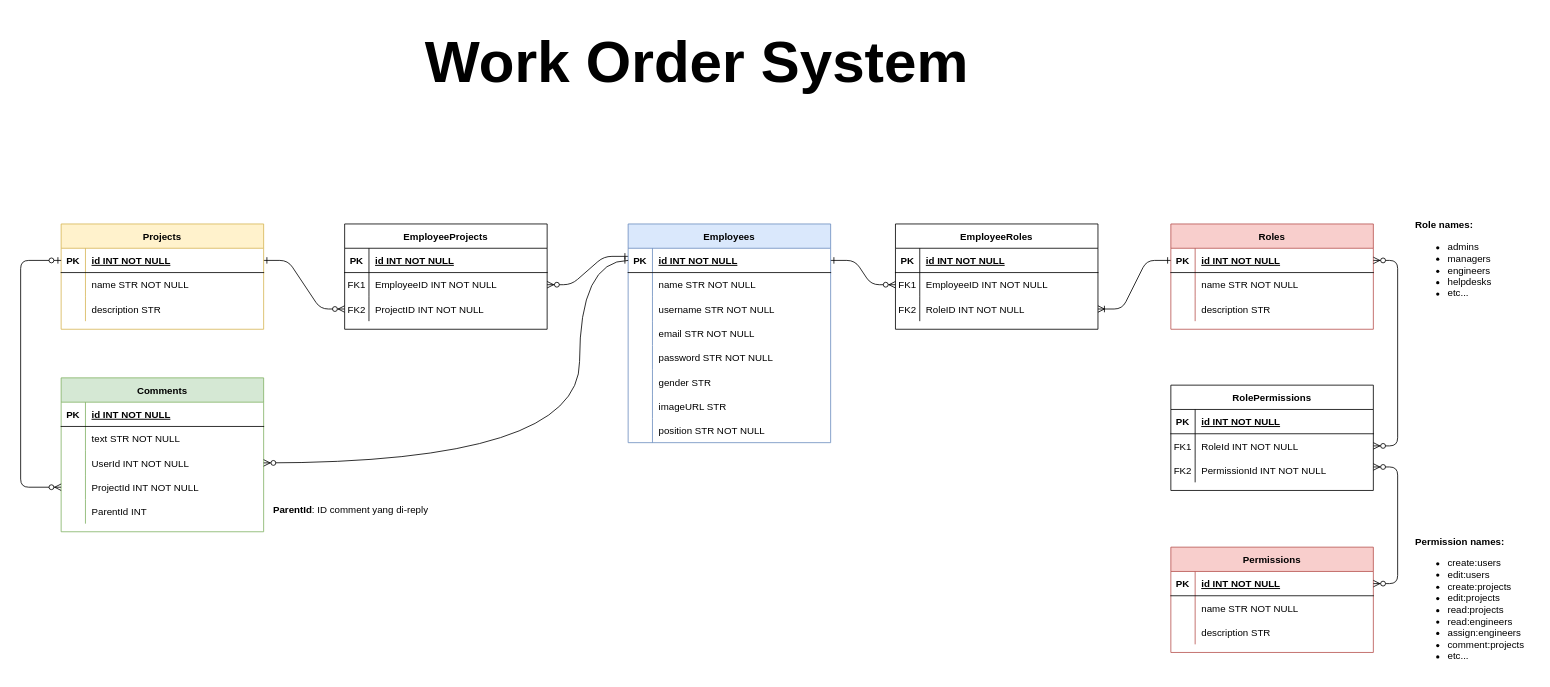
This is WorkOrderSystem.drawio from bimo-riva/work-order-system, a draw.io file, before an edit. Source tidied: cells renumbered, new cells numbered last; positions are measured from the earlier drawing's top-left corner, leaving out a move shared by most shapes. Both pictures are drawn from the tidied source at 81%, with x=0, y=0 at pixel (20, 21).
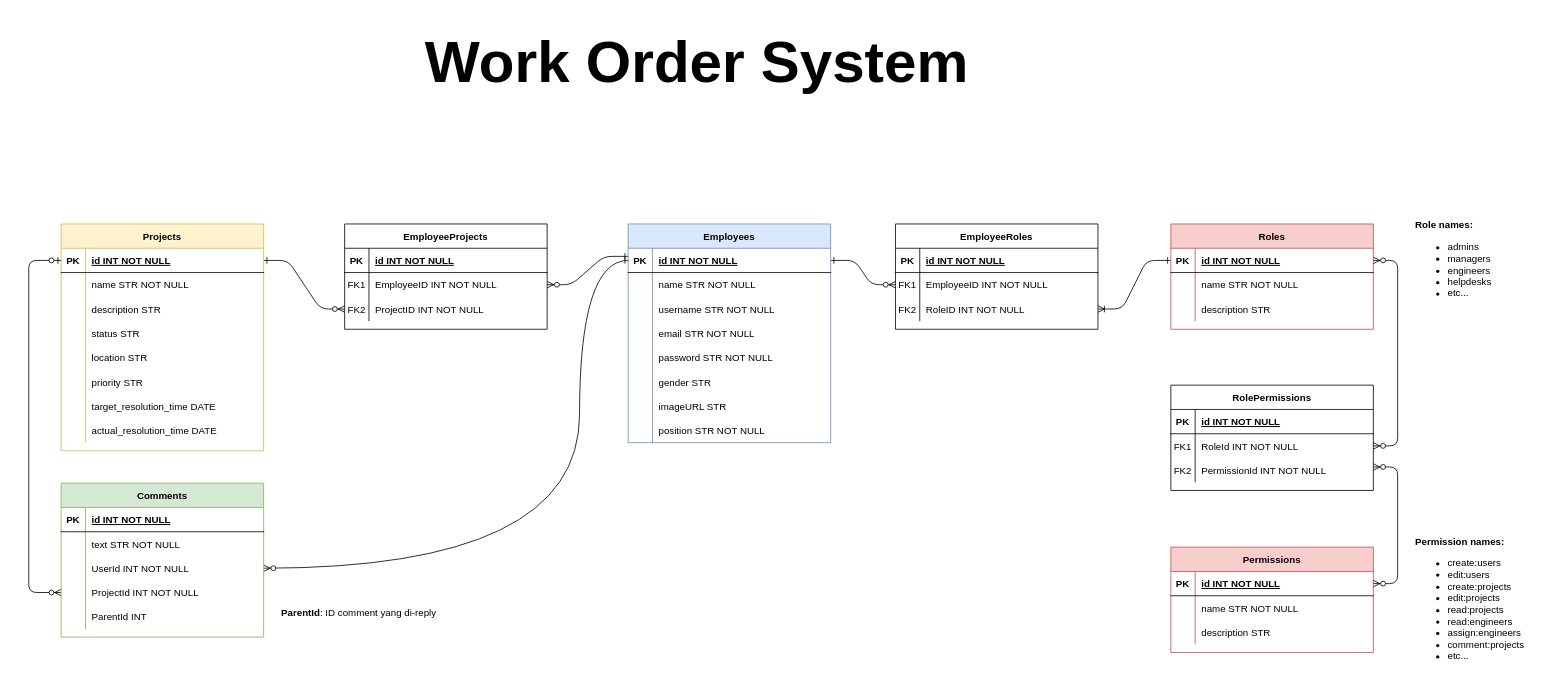
The same diagram, later.

Unchanged cells that the change refers to:
```xml
<mxCell id="17" style="shape=partialRectangle;fillColor=none;points=[[0,0.5],[1,0.5]];portConstraint=eastwest;top=0;left=0;right=0;bottom=1;" parent="16" vertex="1">
  <mxGeometry y="30" width="250" height="30" as="geometry" />
</mxCell>
<mxCell id="42" style="shape=partialRectangle;fillColor=none;points=[[0,0.5],[1,0.5]];portConstraint=eastwest;top=0;left=0;right=0;bottom=1;" parent="41" vertex="1">
  <mxGeometry y="30" width="250" height="30" as="geometry" />
</mxCell>
<mxCell id="52" style="shape=partialRectangle;fillColor=none;points=[[0,0.5],[1,0.5]];portConstraint=eastwest;top=0;left=0;right=0;bottom=1;" parent="51" vertex="1">
  <mxGeometry y="30" width="250" height="30" as="geometry" />
</mxCell>
<mxCell id="75" style="shape=partialRectangle;fillColor=none;points=[[0,0.5],[1,0.5]];portConstraint=eastwest;top=0;left=0;right=0;bottom=0;" parent="71" vertex="1">
  <mxGeometry y="60" width="250" height="30" as="geometry" />
</mxCell>
<mxCell id="82" style="shape=partialRectangle;fillColor=none;points=[[0,0.5],[1,0.5]];portConstraint=eastwest;top=0;left=0;right=0;bottom=1;" parent="81" vertex="1">
  <mxGeometry y="30" width="250" height="30" as="geometry" />
</mxCell>
<mxCell id="101" style="shape=partialRectangle;fillColor=none;points=[[0,0.5],[1,0.5]];portConstraint=eastwest;top=0;left=0;right=0;bottom=0;" parent="94" vertex="1">
  <mxGeometry y="90" width="250" height="30" as="geometry" />
</mxCell>
<mxCell id="104" style="shape=partialRectangle;fillColor=none;points=[[0,0.5],[1,0.5]];portConstraint=eastwest;top=0;left=0;right=0;bottom=0;" parent="94" vertex="1">
  <mxGeometry y="120" width="250" height="30" as="geometry" />
</mxCell>
```

Diff of the diagram source:
```diff
@@
     <mxCell id="51" value="Projects" style="shape=table;startSize=30;childLayout=tableLayout;rowLines=0;fontStyle=1;align=center;fillColor=#fff2cc;strokeColor=#d6b656;" parent="1" vertex="1">
-      <mxGeometry x="50" y="250" width="250" height="130" as="geometry" />
+      <mxGeometry x="50" y="250" width="250" height="280" as="geometry" />
     </mxCell>
@@
+    <mxCell id="115" style="shape=partialRectangle;fillColor=none;top=0;left=0;right=0;bottom=0;" parent="51" vertex="1">
+      <mxGeometry y="120" width="250" height="30" as="geometry" />
+    </mxCell>
+    <mxCell id="116" style="shape=partialRectangle;overflow=hidden;fillColor=none;top=0;left=0;bottom=0;right=0;" parent="115" vertex="1">
+      <mxGeometry width="30" height="30" as="geometry" />
+    </mxCell>
+    <mxCell id="117" value="status STR" style="shape=partialRectangle;overflow=hidden;fillColor=none;top=0;left=0;bottom=0;right=0;align=left;spacingLeft=6;" parent="115" vertex="1">
+      <mxGeometry x="30" width="220" height="30" as="geometry" />
+    </mxCell>
+    <mxCell id="118" style="shape=partialRectangle;fillColor=none;top=0;left=0;right=0;bottom=0;" parent="51" vertex="1">
+      <mxGeometry y="150" width="250" height="30" as="geometry" />
+    </mxCell>
+    <mxCell id="119" style="shape=partialRectangle;overflow=hidden;fillColor=none;top=0;left=0;bottom=0;right=0;" parent="118" vertex="1">
+      <mxGeometry width="30" height="30" as="geometry" />
+    </mxCell>
+    <mxCell id="120" value="location STR" style="shape=partialRectangle;overflow=hidden;fillColor=none;top=0;left=0;bottom=0;right=0;align=left;spacingLeft=6;" parent="118" vertex="1">
+      <mxGeometry x="30" width="220" height="30" as="geometry" />
+    </mxCell>
+    <mxCell id="121" style="shape=partialRectangle;fillColor=none;top=0;left=0;right=0;bottom=0;" parent="51" vertex="1">
+      <mxGeometry y="180" width="250" height="30" as="geometry" />
+    </mxCell>
+    <mxCell id="122" style="shape=partialRectangle;overflow=hidden;fillColor=none;top=0;left=0;bottom=0;right=0;" parent="121" vertex="1">
+      <mxGeometry width="30" height="30" as="geometry" />
+    </mxCell>
+    <mxCell id="123" value="priority STR" style="shape=partialRectangle;overflow=hidden;fillColor=none;top=0;left=0;bottom=0;right=0;align=left;spacingLeft=6;" parent="121" vertex="1">
+      <mxGeometry x="30" width="220" height="30" as="geometry" />
+    </mxCell>
+    <mxCell id="124" style="shape=partialRectangle;fillColor=none;top=0;left=0;right=0;bottom=0;" parent="51" vertex="1">
+      <mxGeometry y="210" width="250" height="30" as="geometry" />
+    </mxCell>
+    <mxCell id="125" style="shape=partialRectangle;overflow=hidden;fillColor=none;top=0;left=0;bottom=0;right=0;" parent="124" vertex="1">
+      <mxGeometry width="30" height="30" as="geometry" />
+    </mxCell>
+    <mxCell id="126" value="target_resolution_time DATE" style="shape=partialRectangle;overflow=hidden;fillColor=none;top=0;left=0;bottom=0;right=0;align=left;spacingLeft=6;" parent="124" vertex="1">
+      <mxGeometry x="30" width="220" height="30" as="geometry" />
+    </mxCell>
+    <mxCell id="127" style="shape=partialRectangle;fillColor=none;top=0;left=0;right=0;bottom=0;" parent="51" vertex="1">
+      <mxGeometry y="240" width="250" height="30" as="geometry" />
+    </mxCell>
+    <mxCell id="128" style="shape=partialRectangle;overflow=hidden;fillColor=none;top=0;left=0;bottom=0;right=0;" parent="127" vertex="1">
+      <mxGeometry width="30" height="30" as="geometry" />
+    </mxCell>
+    <mxCell id="129" value="actual_resolution_time DATE" style="shape=partialRectangle;overflow=hidden;fillColor=none;top=0;left=0;bottom=0;right=0;align=left;spacingLeft=6;" parent="127" vertex="1">
+      <mxGeometry x="30" width="220" height="30" as="geometry" />
+    </mxCell>
@@
+    <mxCell id="110" value="&lt;b&gt;ParentId&lt;/b&gt;:&amp;nbsp;ID comment yang di-reply" style="text;html=1;align=left;verticalAlign=middle;" parent="1" vertex="1">
+      <mxGeometry x="320" y="720" width="210" height="20" as="geometry" />
+    </mxCell>
+    <mxCell id="111" style="fontSize=12;html=1;endArrow=ERone;endFill=0;exitX=1;exitY=0.5;exitDx=0;exitDy=0;entryX=0;entryY=0.5;entryDx=0;entryDy=0;startArrow=ERzeroToMany;startFill=1;edgeStyle=orthogonalEdgeStyle;curved=1;" parent="1" edge="1" source="101" target="17">
+      <mxGeometry relative="1" as="geometry">
+        <Array as="points">
+          <mxPoint x="690" y="675" />
+          <mxPoint x="690" y="295" />
+        </Array>
+      </mxGeometry>
+    </mxCell>
+    <mxCell id="112" style="edgeStyle=orthogonalEdgeStyle;rounded=1;jettySize=auto;html=1;exitX=0;exitY=0.5;exitDx=0;exitDy=0;entryX=0;entryY=0.5;entryDx=0;entryDy=0;startArrow=ERzeroToMany;startFill=1;endArrow=ERzeroToOne;endFill=1;elbow=vertical;" parent="1" edge="1" source="104" target="52">
+      <mxGeometry relative="1" as="geometry">
+        <Array as="points">
+          <mxPoint x="10" y="705" />
+          <mxPoint x="10" y="295" />
+        </Array>
+      </mxGeometry>
+    </mxCell>
+    <mxCell id="113" style="rounded=1;jettySize=auto;html=1;entryX=1;entryY=0.5;entryDx=0;entryDy=0;startArrow=ERzeroToMany;startFill=1;endArrow=ERzeroToMany;endFill=1;exitX=1;exitY=0.5;exitDx=0;exitDy=0;edgeStyle=orthogonalEdgeStyle;" parent="1" edge="1" source="42" target="75">
+      <mxGeometry relative="1" as="geometry">
+        <Array as="points">
+          <mxPoint x="1700" y="295" />
+          <mxPoint x="1700" y="524" />
+        </Array>
+      </mxGeometry>
+    </mxCell>
+    <mxCell id="114" style="rounded=1;jettySize=auto;html=1;entryX=1;entryY=0.5;entryDx=0;entryDy=0;startArrow=ERzeroToMany;startFill=1;endArrow=ERzeroToMany;endFill=1;exitX=1;exitY=0.5;exitDx=0;exitDy=0;edgeStyle=orthogonalEdgeStyle;" parent="1" edge="1" target="82">
+      <mxGeometry relative="1" as="geometry">
+        <mxPoint x="1670" y="550" as="sourcePoint" />
+        <Array as="points">
+          <mxPoint x="1700" y="550" />
+          <mxPoint x="1700" y="694" />
+        </Array>
+      </mxGeometry>
+    </mxCell>
     <mxCell id="94" value="Comments" style="shape=table;startSize=30;childLayout=tableLayout;rowLines=0;fontStyle=1;align=center;fillColor=#d5e8d4;strokeColor=#82b366;" parent="1" vertex="1">
-      <mxGeometry x="50" y="440" width="250" height="190" as="geometry" />
+      <mxGeometry x="50" y="570" width="250" height="190" as="geometry" />
     </mxCell>
@@
-    <mxCell id="110" value="&lt;b&gt;ParentId&lt;/b&gt;:&amp;nbsp;ID comment yang di-reply" style="text;html=1;align=left;verticalAlign=middle;" parent="1" vertex="1">
-      <mxGeometry x="310" y="593" width="210" height="20" as="geometry" />
-    </mxCell>
-    <mxCell id="111" style="edgeStyle=orthogonalEdgeStyle;fontSize=12;html=1;endArrow=ERone;endFill=0;exitX=1;exitY=0.5;exitDx=0;exitDy=0;entryX=0;entryY=0.5;entryDx=0;entryDy=0;curved=1;startArrow=ERzeroToMany;startFill=1;" parent="1" edge="1" source="101" target="17">
-      <mxGeometry relative="1" as="geometry">
-        <Array as="points">
-          <mxPoint x="690" y="545" />
-          <mxPoint x="690" y="295" />
-        </Array>
-      </mxGeometry>
-    </mxCell>
-    <mxCell id="112" style="edgeStyle=orthogonalEdgeStyle;rounded=1;jettySize=auto;html=1;exitX=0;exitY=0.5;exitDx=0;exitDy=0;entryX=0;entryY=0.5;entryDx=0;entryDy=0;startArrow=ERzeroToMany;startFill=1;endArrow=ERzeroToOne;endFill=1;elbow=vertical;" parent="1" edge="1" source="104" target="52">
-      <mxGeometry relative="1" as="geometry">
-        <Array as="points">
-          <mxPoint y="575" />
-          <mxPoint y="295" />
-        </Array>
-      </mxGeometry>
-    </mxCell>
-    <mxCell id="113" style="rounded=1;jettySize=auto;html=1;entryX=1;entryY=0.5;entryDx=0;entryDy=0;startArrow=ERzeroToMany;startFill=1;endArrow=ERzeroToMany;endFill=1;exitX=1;exitY=0.5;exitDx=0;exitDy=0;edgeStyle=orthogonalEdgeStyle;" parent="1" edge="1" source="42" target="75">
-      <mxGeometry relative="1" as="geometry">
-        <Array as="points">
-          <mxPoint x="1700" y="295" />
-          <mxPoint x="1700" y="524" />
-        </Array>
-      </mxGeometry>
-    </mxCell>
-    <mxCell id="114" style="rounded=1;jettySize=auto;html=1;entryX=1;entryY=0.5;entryDx=0;entryDy=0;startArrow=ERzeroToMany;startFill=1;endArrow=ERzeroToMany;endFill=1;exitX=1;exitY=0.5;exitDx=0;exitDy=0;edgeStyle=orthogonalEdgeStyle;" parent="1" edge="1" target="82">
-      <mxGeometry relative="1" as="geometry">
-        <mxPoint x="1670" y="550" as="sourcePoint" />
-        <Array as="points">
-          <mxPoint x="1700" y="550" />
-          <mxPoint x="1700" y="694" />
-        </Array>
-      </mxGeometry>
-    </mxCell>
```
